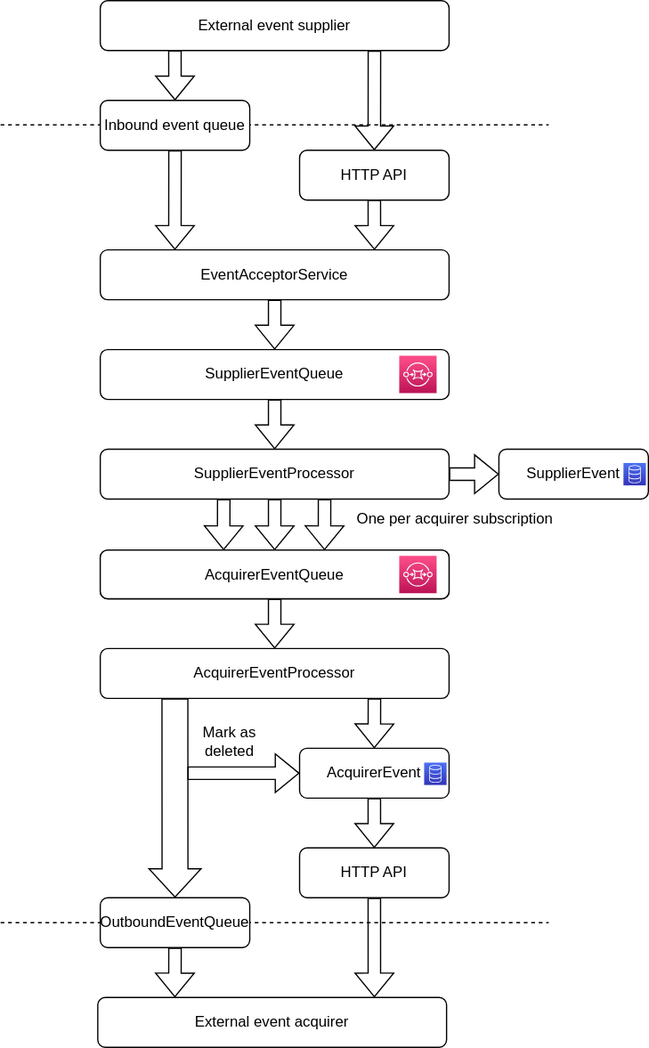
This is doc/architecture/img/event-flow.drawio.svg from govuk-one-login/life-events-platform, a draw.io export, as it was before one commit. Source tidied: cells renumbered, new cells last; positions are measured from the earlier drawing's top-left corner, leaving out a move shared by most shapes.
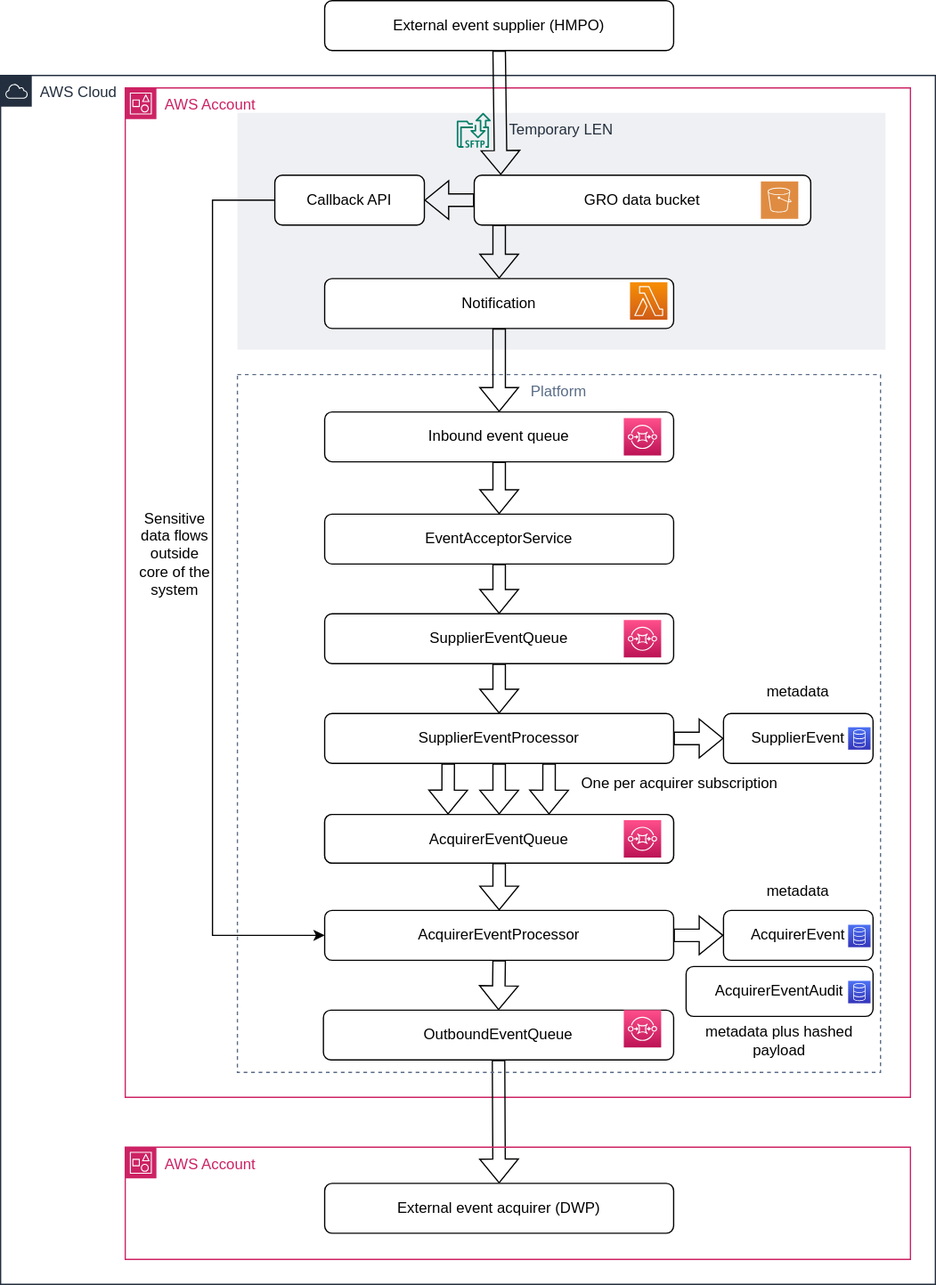
After the commit.

Commit message:
GPC-NONE: Update documentation with data and event flows (#1015)

* GPC-NONE: Update documentation with data and event flows

* GPC-NONE: Update documentation with data and event flows

Change to the diagram source:
```diff
@@ -2,30 +2,18 @@
   <root>
     <mxCell id="0" />
     <mxCell id="1" parent="0" />
-    <mxCell id="2" style="endArrow=none;dashed=1;html=1;rounded=0;" parent="1" edge="1">
-      <mxGeometry relative="1" as="geometry">
-        <mxPoint y="99.7" as="sourcePoint" />
-        <mxPoint x="440" y="99.7" as="targetPoint" />
-      </mxGeometry>
-    </mxCell>
+    <mxCell id="45" value="AWS Account" style="gradientColor=none;html=1;whiteSpace=wrap;fontSize=12;fontStyle=0;shape=mxgraph.aws4.group;grIcon=mxgraph.aws4.group_account;strokeColor=#CD2264;fillColor=none;verticalAlign=top;align=left;spacingLeft=30;fontColor=#CD2264;dashed=0;" parent="1" vertex="1">
+      <mxGeometry x="-80" y="-142" width="630" height="810" as="geometry" />
+    </mxCell>
-    <mxCell id="3" value="External event supplier" style="rounded=1;whiteSpace=wrap;html=1;" parent="1" vertex="1">
-      <mxGeometry x="80" width="280" height="40" as="geometry" />
+    <mxCell id="3" value="External event supplier (HMPO)" style="rounded=1;whiteSpace=wrap;html=1;" parent="1" vertex="1">
+      <mxGeometry x="80" y="-212" width="280" height="40" as="geometry" />
     </mxCell>
-    <mxCell id="4" value="HTTP API" style="rounded=1;whiteSpace=wrap;html=1;" parent="1" vertex="1">
-      <mxGeometry x="240" y="120" width="120" height="40" as="geometry" />
-    </mxCell>
-    <mxCell id="5" value="Inbound event queue" style="rounded=1;whiteSpace=wrap;html=1;" parent="1" vertex="1">
-      <mxGeometry x="80" y="80" width="120" height="40" as="geometry" />
-    </mxCell>
     <mxCell id="6" value="EventAcceptorService" style="rounded=1;whiteSpace=wrap;html=1;" parent="1" vertex="1">
       <mxGeometry x="80" y="200" width="280" height="40" as="geometry" />
     </mxCell>
-    <mxCell id="7" style="shape=flexArrow;endArrow=classic;html=1;rounded=0;exitX=0.5;exitY=1;exitDx=0;exitDy=0;entryX=0.214;entryY=0;entryDx=0;entryDy=0;entryPerimeter=0;" parent="1" edge="1" source="5" target="6">
+    <mxCell id="7" style="shape=flexArrow;endArrow=classic;html=1;rounded=0;exitX=0.5;exitY=1;exitDx=0;exitDy=0;entryX=0.5;entryY=0;entryDx=0;entryDy=0;" parent="1" edge="1" source="5" target="6">
       <mxGeometry relative="1" as="geometry" />
     </mxCell>
-    <mxCell id="8" style="shape=flexArrow;endArrow=classic;html=1;rounded=0;exitX=0.5;exitY=1;exitDx=0;exitDy=0;entryX=0.786;entryY=0;entryDx=0;entryDy=0;entryPerimeter=0;" parent="1" edge="1" source="4" target="6">
-      <mxGeometry relative="1" as="geometry" />
-    </mxCell>
     <mxCell id="9" style="shape=flexArrow;endArrow=classic;html=1;rounded=0;entryX=0.5;entryY=0;entryDx=0;entryDy=0;exitX=0.5;exitY=1;exitDx=0;exitDy=0;" parent="1" edge="1" source="6" target="42">
       <mxGeometry relative="1" as="geometry" />
     </mxCell>
@@ -54,53 +42,9 @@
     <mxCell id="16" value="One per acquirer subscription" style="text;html=1;strokeColor=none;fillColor=none;align=center;verticalAlign=middle;whiteSpace=wrap;rounded=0;" parent="1" vertex="1">
       <mxGeometry x="270" y="401" width="190" height="30" as="geometry" />
     </mxCell>
-    <mxCell id="17" value="AcquirerEventProcessor" style="rounded=1;whiteSpace=wrap;html=1;" parent="1" vertex="1">
-      <mxGeometry x="80" y="520" width="280" height="40" as="geometry" />
-    </mxCell>
     <mxCell id="18" style="shape=flexArrow;endArrow=classic;html=1;rounded=0;exitX=0.5;exitY=1;exitDx=0;exitDy=0;entryX=0.5;entryY=0;entryDx=0;entryDy=0;" parent="1" edge="1" source="36" target="17">
       <mxGeometry relative="1" as="geometry" />
     </mxCell>
-    <mxCell id="19" style="shape=flexArrow;endArrow=classic;html=1;rounded=0;exitX=0.786;exitY=1;exitDx=0;exitDy=0;exitPerimeter=0;entryX=0.5;entryY=0;entryDx=0;entryDy=0;" parent="1" edge="1" source="17" target="39">
-      <mxGeometry relative="1" as="geometry" />
-    </mxCell>
-    <mxCell id="20" style="shape=flexArrow;endArrow=classic;html=1;rounded=0;entryX=0.5;entryY=0;entryDx=0;entryDy=0;exitX=0.214;exitY=1;exitDx=0;exitDy=0;exitPerimeter=0;width=20.784313725490197;endSize=7.235294117647059;" parent="1" edge="1" source="17" target="26">
-      <mxGeometry relative="1" as="geometry" />
-    </mxCell>
-    <mxCell id="21" style="shape=flexArrow;endArrow=classic;html=1;rounded=0;exitX=0.5;exitY=1;exitDx=0;exitDy=0;entryX=0.5;entryY=0;entryDx=0;entryDy=0;" parent="1" edge="1" source="39" target="22">
-      <mxGeometry relative="1" as="geometry" />
-    </mxCell>
-    <mxCell id="22" value="HTTP API" style="rounded=1;whiteSpace=wrap;html=1;" parent="1" vertex="1">
-      <mxGeometry x="240" y="680" width="120" height="40" as="geometry" />
-    </mxCell>
-    <mxCell id="23" style="endArrow=none;dashed=1;html=1;rounded=0;" parent="1" edge="1">
-      <mxGeometry relative="1" as="geometry">
-        <mxPoint y="740" as="sourcePoint" />
-        <mxPoint x="440" y="740" as="targetPoint" />
-      </mxGeometry>
-    </mxCell>
-    <mxCell id="24" style="shape=flexArrow;endArrow=classic;html=1;rounded=0;exitX=0.214;exitY=0.997;exitDx=0;exitDy=0;exitPerimeter=0;entryX=0.5;entryY=0;entryDx=0;entryDy=0;" parent="1" edge="1" source="3" target="5">
-      <mxGeometry relative="1" as="geometry" />
-    </mxCell>
-    <mxCell id="25" style="shape=flexArrow;endArrow=classic;html=1;rounded=0;entryX=0.5;entryY=0;entryDx=0;entryDy=0;exitX=0.786;exitY=1;exitDx=0;exitDy=0;exitPerimeter=0;" parent="1" edge="1" source="3" target="4">
-      <mxGeometry relative="1" as="geometry" />
-    </mxCell>
-    <mxCell id="26" value="OutboundEventQueue" style="rounded=1;whiteSpace=wrap;html=1;" parent="1" vertex="1">
-      <mxGeometry x="80" y="720" width="120" height="40" as="geometry" />
-    </mxCell>
-    <mxCell id="27" style="shape=flexArrow;endArrow=classic;html=1;rounded=0;entryX=0;entryY=0.5;entryDx=0;entryDy=0;" parent="1" edge="1" target="39">
-      <mxGeometry relative="1" as="geometry">
-        <mxPoint x="150" y="620" as="sourcePoint" />
-      </mxGeometry>
-    </mxCell>
-    <mxCell id="28" value="External event acquirer" style="rounded=1;whiteSpace=wrap;html=1;" parent="1" vertex="1">
-      <mxGeometry x="78" y="800" width="280" height="40" as="geometry" />
-    </mxCell>
-    <mxCell id="29" style="shape=flexArrow;endArrow=classic;html=1;rounded=0;exitX=0.5;exitY=1;exitDx=0;exitDy=0;entryX=0.793;entryY=0;entryDx=0;entryDy=0;entryPerimeter=0;" parent="1" edge="1" source="22" target="28">
-      <mxGeometry relative="1" as="geometry" />
-    </mxCell>
-    <mxCell id="30" style="shape=flexArrow;endArrow=classic;html=1;rounded=0;exitX=0.5;exitY=1;exitDx=0;exitDy=0;entryX=0.221;entryY=0;entryDx=0;entryDy=0;entryPerimeter=0;" parent="1" edge="1" source="26" target="28">
-      <mxGeometry relative="1" as="geometry" />
-    </mxCell>
     <mxCell id="31" style="shape=flexArrow;endArrow=classic;html=1;rounded=0;entryX=0;entryY=0.5;entryDx=0;entryDy=0;exitX=1;exitY=0.5;exitDx=0;exitDy=0;" parent="1" edge="1" source="12" target="33">
       <mxGeometry relative="1" as="geometry" />
     </mxCell>
@@ -122,8 +66,29 @@
     <mxCell id="37" style="sketch=0;fontColor=#232F3E;gradientColor=#FF4F8B;gradientDirection=north;fillColor=#BC1356;strokeColor=#ffffff;dashed=0;verticalLabelPosition=bottom;verticalAlign=top;align=center;html=1;fontSize=12;fontStyle=0;shape=mxgraph.aws4.resourceIcon;resIcon=mxgraph.aws4.sqs;" parent="35" vertex="1">
       <mxGeometry x="240" y="4.5" width="30" height="30" as="geometry" />
     </mxCell>
+    <mxCell id="41" style="group;" parent="1" vertex="1">
+      <mxGeometry x="80" y="280" width="280" height="40" as="geometry" />
+    </mxCell>
+    <mxCell id="42" value="SupplierEventQueue" style="rounded=1;whiteSpace=wrap;html=1;" parent="41" vertex="1">
+      <mxGeometry width="280" height="40" as="geometry" />
+    </mxCell>
+    <mxCell id="43" style="sketch=0;fontColor=#232F3E;gradientColor=#FF4F8B;gradientDirection=north;fillColor=#BC1356;strokeColor=#ffffff;dashed=0;verticalLabelPosition=bottom;verticalAlign=top;align=center;html=1;fontSize=12;fontStyle=0;shape=mxgraph.aws4.resourceIcon;resIcon=mxgraph.aws4.sqs;" parent="41" vertex="1">
+      <mxGeometry x="240" y="5" width="30" height="30" as="geometry" />
+    </mxCell>
+    <mxCell id="46" value="AWS Cloud" style="gradientColor=none;html=1;whiteSpace=wrap;fontSize=12;fontStyle=0;shape=mxgraph.aws4.group;grIcon=mxgraph.aws4.group_aws_cloud;strokeColor=#232F3E;fillColor=none;verticalAlign=top;align=left;spacingLeft=30;fontColor=#232F3E;dashed=0;" parent="1" vertex="1">
+      <mxGeometry x="-180" y="-152" width="750" height="970" as="geometry" />
+    </mxCell>
+    <mxCell id="30" style="shape=flexArrow;endArrow=classic;html=1;rounded=0;exitX=0.5;exitY=1;exitDx=0;exitDy=0;entryX=0.5;entryY=0;entryDx=0;entryDy=0;" parent="1" edge="1" source="26" target="28">
+      <mxGeometry relative="1" as="geometry" />
+    </mxCell>
+    <mxCell id="47" value="Temporary LEN" style="fillColor=#EFF0F3;strokeColor=none;dashed=0;verticalAlign=top;fontStyle=0;fontColor=#232F3D;fontSize=12;" parent="1" vertex="1">
+      <mxGeometry x="10" y="-122" width="520" height="190" as="geometry" />
+    </mxCell>
+    <mxCell id="48" value="Platform" style="fillColor=none;strokeColor=#5A6C86;dashed=1;verticalAlign=top;fontStyle=0;fontColor=#5A6C86;" parent="1" vertex="1">
+      <mxGeometry x="10" y="88" width="516" height="560" as="geometry" />
+    </mxCell>
     <mxCell id="38" style="group;" parent="1" vertex="1">
-      <mxGeometry x="240" y="600" width="120" height="40" as="geometry" />
+      <mxGeometry x="400" y="518" width="120" height="40" as="geometry" />
     </mxCell>
     <mxCell id="39" value="AcquirerEvent" style="rounded=1;whiteSpace=wrap;html=1;" parent="38" vertex="1">
       <mxGeometry width="120" height="40" as="geometry" />
@@ -131,17 +96,95 @@
     <mxCell id="40" style="sketch=0;fontColor=#232F3E;gradientColor=#4D72F3;gradientDirection=north;fillColor=#3334B9;strokeColor=#ffffff;dashed=0;verticalLabelPosition=bottom;verticalAlign=top;align=center;html=1;fontSize=12;fontStyle=0;shape=mxgraph.aws4.resourceIcon;resIcon=mxgraph.aws4.database;" parent="38" vertex="1">
       <mxGeometry x="100" y="11.5" width="18" height="18" as="geometry" />
     </mxCell>
-    <mxCell id="41" style="group;" parent="1" vertex="1">
-      <mxGeometry x="80" y="280" width="280" height="40" as="geometry" />
-    </mxCell>
-    <mxCell id="42" value="SupplierEventQueue" style="rounded=1;whiteSpace=wrap;html=1;" parent="41" vertex="1">
-      <mxGeometry width="280" height="40" as="geometry" />
-    </mxCell>
-    <mxCell id="43" style="sketch=0;fontColor=#232F3E;gradientColor=#FF4F8B;gradientDirection=north;fillColor=#BC1356;strokeColor=#ffffff;dashed=0;verticalLabelPosition=bottom;verticalAlign=top;align=center;html=1;fontSize=12;fontStyle=0;shape=mxgraph.aws4.resourceIcon;resIcon=mxgraph.aws4.sqs;" parent="41" vertex="1">
-      <mxGeometry x="240" y="5" width="30" height="30" as="geometry" />
-    </mxCell>
-    <mxCell id="44" value="Mark as deleted" style="text;html=1;strokeColor=none;fillColor=none;align=center;verticalAlign=middle;whiteSpace=wrap;rounded=0;" parent="1" vertex="1">
-      <mxGeometry x="154" y="580" width="60" height="30" as="geometry" />
-    </mxCell>
+    <mxCell id="26" value="OutboundEventQueue" style="rounded=1;whiteSpace=wrap;html=1;" parent="1" vertex="1">
+      <mxGeometry x="79" y="598" width="281" height="40" as="geometry" />
+    </mxCell>
+    <mxCell id="5" value="Inbound event queue" style="rounded=1;whiteSpace=wrap;html=1;" parent="1" vertex="1">
+      <mxGeometry x="80" y="118" width="280" height="40" as="geometry" />
+    </mxCell>
+    <mxCell id="17" value="AcquirerEventProcessor" style="rounded=1;whiteSpace=wrap;html=1;" parent="1" vertex="1">
+      <mxGeometry x="80" y="518" width="280" height="40" as="geometry" />
+    </mxCell>
+    <mxCell id="19" style="shape=flexArrow;endArrow=classic;html=1;rounded=0;entryX=0;entryY=0.5;entryDx=0;entryDy=0;exitX=1;exitY=0.5;exitDx=0;exitDy=0;" parent="1" edge="1" source="17" target="39">
+      <mxGeometry relative="1" as="geometry" />
+    </mxCell>
+    <mxCell id="20" style="shape=flexArrow;endArrow=classic;html=1;rounded=0;entryX=0.5;entryY=0;entryDx=0;entryDy=0;exitX=0.5;exitY=1;exitDx=0;exitDy=0;" parent="1" edge="1" source="17" target="26">
+      <mxGeometry relative="1" as="geometry" />
+    </mxCell>
+    <mxCell id="49" value="metadata" style="text;html=1;strokeColor=none;fillColor=none;align=center;verticalAlign=middle;whiteSpace=wrap;rounded=0;" parent="1" vertex="1">
+      <mxGeometry x="410" y="328" width="100" height="30" as="geometry" />
+    </mxCell>
+    <mxCell id="50" value="metadata" style="text;html=1;strokeColor=none;fillColor=none;align=center;verticalAlign=middle;whiteSpace=wrap;rounded=0;" parent="1" vertex="1">
+      <mxGeometry x="410" y="488" width="100" height="30" as="geometry" />
+    </mxCell>
+    <mxCell id="51" style="sketch=0;fontColor=#232F3E;gradientColor=#FF4F8B;gradientDirection=north;fillColor=#BC1356;strokeColor=#ffffff;dashed=0;verticalLabelPosition=bottom;verticalAlign=top;align=center;html=1;fontSize=12;fontStyle=0;shape=mxgraph.aws4.resourceIcon;resIcon=mxgraph.aws4.sqs;" parent="1" vertex="1">
+      <mxGeometry x="320" y="123" width="30" height="30" as="geometry" />
+    </mxCell>
+    <mxCell id="52" style="sketch=0;fontColor=#232F3E;gradientColor=#FF4F8B;gradientDirection=north;fillColor=#BC1356;strokeColor=#ffffff;dashed=0;verticalLabelPosition=bottom;verticalAlign=top;align=center;html=1;fontSize=12;fontStyle=0;shape=mxgraph.aws4.resourceIcon;resIcon=mxgraph.aws4.sqs;" parent="1" vertex="1">
+      <mxGeometry x="320" y="598" width="30" height="30" as="geometry" />
+    </mxCell>
+    <mxCell id="53" value="metadata plus hashed&lt;br&gt;payload" style="text;html=1;strokeColor=none;fillColor=none;align=center;verticalAlign=middle;whiteSpace=wrap;rounded=0;" parent="1" vertex="1">
+      <mxGeometry x="370" y="598" width="150" height="50" as="geometry" />
+    </mxCell>
+    <mxCell id="54" value="AcquirerEventAudit" style="rounded=1;whiteSpace=wrap;html=1;" parent="1" vertex="1">
+      <mxGeometry x="370" y="563" width="150" height="40" as="geometry" />
+    </mxCell>
+    <mxCell id="55" style="sketch=0;fontColor=#232F3E;gradientColor=#4D72F3;gradientDirection=north;fillColor=#3334B9;strokeColor=#ffffff;dashed=0;verticalLabelPosition=bottom;verticalAlign=top;align=center;html=1;fontSize=12;fontStyle=0;shape=mxgraph.aws4.resourceIcon;resIcon=mxgraph.aws4.database;" parent="1" vertex="1">
+      <mxGeometry x="500" y="574.5" width="18" height="18" as="geometry" />
+    </mxCell>
+    <mxCell id="56" style="group;" parent="1" vertex="1">
+      <mxGeometry x="80" y="-122" width="442" height="90" as="geometry" />
+    </mxCell>
+    <mxCell id="57" value="GRO data bucket" style="rounded=1;whiteSpace=wrap;html=1;" parent="56" vertex="1">
+      <mxGeometry x="120" y="50" width="270" height="40" as="geometry" />
+    </mxCell>
+    <mxCell id="58" style="sketch=0;shadow=0;dashed=0;html=1;strokeColor=none;fillColor=#DF8C42;labelPosition=center;verticalLabelPosition=bottom;verticalAlign=top;align=center;shape=mxgraph.veeam2.aws_s3;" parent="56" vertex="1">
+      <mxGeometry x="350" y="55" width="30" height="30" as="geometry" />
+    </mxCell>
+    <mxCell id="59" style="sketch=0;fontColor=#232F3E;gradientColor=none;fillColor=#067F68;strokeColor=none;dashed=0;verticalLabelPosition=bottom;verticalAlign=top;align=center;html=1;fontSize=12;fontStyle=0;shape=mxgraph.aws4.transfer_for_sftp_resource;" parent="56" vertex="1">
+      <mxGeometry x="106" width="27.3" height="28" as="geometry" />
+    </mxCell>
+    <mxCell id="60" style="edgeStyle=orthogonalEdgeStyle;rounded=0;jettySize=auto;html=1;exitX=0;exitY=0.5;exitDx=0;exitDy=0;" parent="1" edge="1" source="61">
+      <mxGeometry relative="1" as="geometry">
+        <mxPoint x="80" y="538" as="targetPoint" />
+        <Array as="points">
+          <mxPoint x="-10" y="-52" />
+          <mxPoint x="-10" y="538" />
+          <mxPoint x="80" y="538" />
+        </Array>
+      </mxGeometry>
+    </mxCell>
+    <mxCell id="61" value="Callback API" style="rounded=1;whiteSpace=wrap;html=1;" parent="1" vertex="1">
+      <mxGeometry x="40" y="-72" width="120" height="40" as="geometry" />
+    </mxCell>
+    <mxCell id="62" value="Notification" style="rounded=1;whiteSpace=wrap;html=1;" parent="1" vertex="1">
+      <mxGeometry x="80" y="11" width="280" height="40" as="geometry" />
+    </mxCell>
+    <mxCell id="63" style="shape=flexArrow;endArrow=classic;html=1;rounded=0;entryX=1;entryY=0.5;entryDx=0;entryDy=0;exitX=0;exitY=0.5;exitDx=0;exitDy=0;" parent="1" edge="1" source="57" target="61">
+      <mxGeometry relative="1" as="geometry" />
+    </mxCell>
+    <mxCell id="64" style="shape=flexArrow;endArrow=classic;html=1;rounded=0;exitX=0.5;exitY=1;exitDx=0;exitDy=0;entryX=0.5;entryY=0;entryDx=0;entryDy=0;" parent="1" edge="1" source="62" target="5">
+      <mxGeometry relative="1" as="geometry" />
+    </mxCell>
+    <mxCell id="65" style="shape=flexArrow;endArrow=classic;html=1;rounded=0;entryX=0.5;entryY=0;entryDx=0;entryDy=0;" parent="1" edge="1" target="62">
+      <mxGeometry relative="1" as="geometry">
+        <mxPoint x="220" y="-32" as="sourcePoint" />
+      </mxGeometry>
+    </mxCell>
+    <mxCell id="66" value="AWS Account" style="gradientColor=none;html=1;whiteSpace=wrap;fontSize=12;fontStyle=0;shape=mxgraph.aws4.group;grIcon=mxgraph.aws4.group_account;strokeColor=#CD2264;fillColor=none;verticalAlign=top;align=left;spacingLeft=30;fontColor=#CD2264;dashed=0;" parent="1" vertex="1">
+      <mxGeometry x="-80" y="708" width="630" height="90" as="geometry" />
+    </mxCell>
+    <mxCell id="67" style="sketch=0;fontColor=#232F3E;gradientColor=#F78E04;gradientDirection=north;fillColor=#D05C17;strokeColor=#ffffff;dashed=0;verticalLabelPosition=bottom;verticalAlign=top;align=center;html=1;fontSize=12;fontStyle=0;shape=mxgraph.aws4.resourceIcon;resIcon=mxgraph.aws4.lambda;" parent="1" vertex="1">
+      <mxGeometry x="325" y="14" width="30" height="30" as="geometry" />
+    </mxCell>
+    <mxCell id="68" style="shape=flexArrow;endArrow=classic;html=1;rounded=0;exitX=0.5;exitY=1;exitDx=0;exitDy=0;entryX=0.079;entryY=-0.006;entryDx=0;entryDy=0;entryPerimeter=0;" parent="1" edge="1" source="3" target="57">
+      <mxGeometry relative="1" as="geometry" />
+    </mxCell>
+    <mxCell id="28" value="External event acquirer (DWP)" style="rounded=1;whiteSpace=wrap;html=1;" parent="1" vertex="1">
+      <mxGeometry x="80" y="737" width="280" height="40" as="geometry" />
+    </mxCell>
+    <mxCell id="69" value="Sensitive data flows outside core of the system" style="text;html=1;strokeColor=none;fillColor=none;align=center;verticalAlign=middle;whiteSpace=wrap;rounded=0;" parent="1" vertex="1">
+      <mxGeometry x="-70" y="183" width="60" height="97" as="geometry" />
+    </mxCell>
   </root>
 </mxGraphModel>
```
